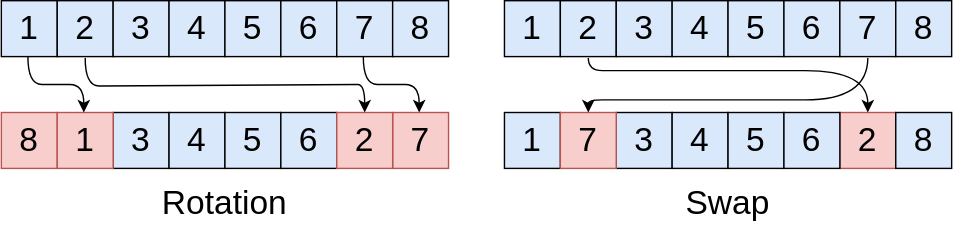
Above: course/figures/mutation_permutation.drawio.svg in gamma-opt/oip-notes (draw.io), before the change. Source tidied: cells renumbered, new cells last; positions are measured from the earlier drawing's top-left corner, leaving out a move shared by most shapes. The source it was exported from:
```xml
<mxGraphModel>
  <root>
    <mxCell id="0" />
    <mxCell id="1" parent="0" />
    <mxCell id="2" value="&lt;font style=&quot;font-size: 24px;&quot;&gt;1&lt;/font&gt;" style="whiteSpace=wrap;html=1;fillColor=#dae8fc;strokeColor=default;" parent="1" vertex="1">
      <mxGeometry width="40" height="40" as="geometry" />
    </mxCell>
    <mxCell id="3" value="&lt;font style=&quot;font-size: 24px;&quot;&gt;2&lt;/font&gt;" style="whiteSpace=wrap;html=1;fillColor=#dae8fc;strokeColor=default;" parent="1" vertex="1">
      <mxGeometry x="40" width="40" height="40" as="geometry" />
    </mxCell>
    <mxCell id="4" value="&lt;font style=&quot;font-size: 24px;&quot;&gt;3&lt;/font&gt;" style="whiteSpace=wrap;html=1;fillColor=#dae8fc;strokeColor=default;" parent="1" vertex="1">
      <mxGeometry x="80" width="40" height="40" as="geometry" />
    </mxCell>
    <mxCell id="5" value="&lt;font style=&quot;font-size: 24px;&quot;&gt;4&lt;/font&gt;" style="whiteSpace=wrap;html=1;fillColor=#dae8fc;strokeColor=default;" parent="1" vertex="1">
      <mxGeometry x="120" width="40" height="40" as="geometry" />
    </mxCell>
    <mxCell id="6" value="&lt;font style=&quot;font-size: 24px;&quot;&gt;5&lt;/font&gt;" style="whiteSpace=wrap;html=1;fillColor=#dae8fc;strokeColor=default;" parent="1" vertex="1">
      <mxGeometry x="160" width="40" height="40" as="geometry" />
    </mxCell>
    <mxCell id="7" value="&lt;font style=&quot;font-size: 24px;&quot;&gt;6&lt;/font&gt;" style="whiteSpace=wrap;html=1;fillColor=#dae8fc;strokeColor=default;" parent="1" vertex="1">
      <mxGeometry x="200" width="40" height="40" as="geometry" />
    </mxCell>
    <mxCell id="8" value="&lt;font style=&quot;font-size: 24px;&quot;&gt;7&lt;/font&gt;" style="whiteSpace=wrap;html=1;fillColor=#dae8fc;strokeColor=default;" parent="1" vertex="1">
      <mxGeometry x="240" width="40" height="40" as="geometry" />
    </mxCell>
    <mxCell id="9" value="&lt;font style=&quot;font-size: 24px;&quot;&gt;8&lt;/font&gt;" style="whiteSpace=wrap;html=1;fillColor=#dae8fc;strokeColor=default;" parent="1" vertex="1">
      <mxGeometry x="280" width="40" height="40" as="geometry" />
    </mxCell>
    <mxCell id="10" value="&lt;font style=&quot;font-size: 24px;&quot;&gt;3&lt;/font&gt;" style="whiteSpace=wrap;html=1;fillColor=#dae8fc;strokeColor=default;" parent="1" vertex="1">
      <mxGeometry x="80" y="80" width="40" height="40" as="geometry" />
    </mxCell>
    <mxCell id="11" value="&lt;font style=&quot;font-size: 24px;&quot;&gt;4&lt;/font&gt;" style="whiteSpace=wrap;html=1;fillColor=#dae8fc;strokeColor=default;" parent="1" vertex="1">
      <mxGeometry x="120" y="80" width="40" height="40" as="geometry" />
    </mxCell>
    <mxCell id="12" value="&lt;font style=&quot;font-size: 24px;&quot;&gt;5&lt;/font&gt;" style="whiteSpace=wrap;html=1;fillColor=#dae8fc;strokeColor=default;" parent="1" vertex="1">
      <mxGeometry x="160" y="80" width="40" height="40" as="geometry" />
    </mxCell>
    <mxCell id="13" value="&lt;font style=&quot;font-size: 24px;&quot;&gt;6&lt;/font&gt;" style="whiteSpace=wrap;html=1;fillColor=#dae8fc;strokeColor=default;" parent="1" vertex="1">
      <mxGeometry x="200" y="80" width="40" height="40" as="geometry" />
    </mxCell>
    <mxCell id="14" value="&lt;font style=&quot;font-size: 24px;&quot;&gt;7&lt;/font&gt;" style="whiteSpace=wrap;html=1;fillColor=#f8cecc;strokeColor=#b85450;" parent="1" vertex="1">
      <mxGeometry x="280" y="80" width="40" height="40" as="geometry" />
    </mxCell>
    <mxCell id="15" value="&lt;font style=&quot;font-size: 24px;&quot;&gt;8&lt;/font&gt;" style="whiteSpace=wrap;html=1;fillColor=#f8cecc;strokeColor=#b85450;" parent="1" vertex="1">
      <mxGeometry y="80" width="40" height="40" as="geometry" />
    </mxCell>
    <mxCell id="16" value="&lt;font style=&quot;font-size: 24px;&quot;&gt;1&lt;/font&gt;" style="whiteSpace=wrap;html=1;fillColor=#f8cecc;strokeColor=#b85450;" parent="1" vertex="1">
      <mxGeometry x="40" y="80" width="40" height="40" as="geometry" />
    </mxCell>
    <mxCell id="17" value="&lt;font style=&quot;font-size: 24px;&quot;&gt;2&lt;/font&gt;" style="whiteSpace=wrap;html=1;fillColor=#f8cecc;strokeColor=#b85450;" parent="1" vertex="1">
      <mxGeometry x="240" y="80" width="40" height="40" as="geometry" />
    </mxCell>
    <mxCell id="18" value="&lt;font style=&quot;font-size: 24px;&quot;&gt;1&lt;/font&gt;" style="whiteSpace=wrap;html=1;fillColor=#dae8fc;strokeColor=default;" parent="1" vertex="1">
      <mxGeometry x="360" width="40" height="40" as="geometry" />
    </mxCell>
    <mxCell id="19" value="&lt;font style=&quot;font-size: 24px;&quot;&gt;2&lt;/font&gt;" style="whiteSpace=wrap;html=1;fillColor=#dae8fc;strokeColor=default;" parent="1" vertex="1">
      <mxGeometry x="400" width="40" height="40" as="geometry" />
    </mxCell>
    <mxCell id="20" value="&lt;font style=&quot;font-size: 24px;&quot;&gt;3&lt;/font&gt;" style="whiteSpace=wrap;html=1;fillColor=#dae8fc;strokeColor=default;" parent="1" vertex="1">
      <mxGeometry x="440" width="40" height="40" as="geometry" />
    </mxCell>
    <mxCell id="21" value="&lt;font style=&quot;font-size: 24px;&quot;&gt;4&lt;/font&gt;" style="whiteSpace=wrap;html=1;fillColor=#dae8fc;strokeColor=default;" parent="1" vertex="1">
      <mxGeometry x="480" width="40" height="40" as="geometry" />
    </mxCell>
    <mxCell id="22" value="&lt;font style=&quot;font-size: 24px;&quot;&gt;5&lt;/font&gt;" style="whiteSpace=wrap;html=1;fillColor=#dae8fc;strokeColor=default;" parent="1" vertex="1">
      <mxGeometry x="520" width="40" height="40" as="geometry" />
    </mxCell>
    <mxCell id="23" value="&lt;font style=&quot;font-size: 24px;&quot;&gt;6&lt;/font&gt;" style="whiteSpace=wrap;html=1;fillColor=#dae8fc;strokeColor=default;" parent="1" vertex="1">
      <mxGeometry x="560" width="40" height="40" as="geometry" />
    </mxCell>
    <mxCell id="24" value="&lt;font style=&quot;font-size: 24px;&quot;&gt;7&lt;/font&gt;" style="whiteSpace=wrap;html=1;fillColor=#dae8fc;strokeColor=default;" parent="1" vertex="1">
      <mxGeometry x="600" width="40" height="40" as="geometry" />
    </mxCell>
    <mxCell id="25" value="&lt;font style=&quot;font-size: 24px;&quot;&gt;8&lt;/font&gt;" style="whiteSpace=wrap;html=1;fillColor=#dae8fc;strokeColor=default;" parent="1" vertex="1">
      <mxGeometry x="640" width="40" height="40" as="geometry" />
    </mxCell>
    <mxCell id="26" value="&lt;font style=&quot;font-size: 24px;&quot;&gt;1&lt;/font&gt;" style="whiteSpace=wrap;html=1;fillColor=#dae8fc;strokeColor=default;" parent="1" vertex="1">
      <mxGeometry x="360" y="80" width="40" height="40" as="geometry" />
    </mxCell>
    <mxCell id="27" value="&lt;font style=&quot;font-size: 24px;&quot;&gt;2&lt;/font&gt;" style="whiteSpace=wrap;html=1;fillColor=#f8cecc;strokeColor=#b85450;" parent="1" vertex="1">
      <mxGeometry x="600" y="80" width="40" height="40" as="geometry" />
    </mxCell>
    <mxCell id="28" value="&lt;font style=&quot;font-size: 24px;&quot;&gt;3&lt;/font&gt;" style="whiteSpace=wrap;html=1;fillColor=#dae8fc;strokeColor=default;" parent="1" vertex="1">
      <mxGeometry x="440" y="80" width="40" height="40" as="geometry" />
    </mxCell>
    <mxCell id="29" value="&lt;font style=&quot;font-size: 24px;&quot;&gt;4&lt;/font&gt;" style="whiteSpace=wrap;html=1;fillColor=#dae8fc;strokeColor=default;" parent="1" vertex="1">
      <mxGeometry x="480" y="80" width="40" height="40" as="geometry" />
    </mxCell>
    <mxCell id="30" value="&lt;font style=&quot;font-size: 24px;&quot;&gt;5&lt;/font&gt;" style="whiteSpace=wrap;html=1;fillColor=#dae8fc;strokeColor=default;" parent="1" vertex="1">
      <mxGeometry x="520" y="80" width="40" height="40" as="geometry" />
    </mxCell>
    <mxCell id="31" value="&lt;font style=&quot;font-size: 24px;&quot;&gt;6&lt;/font&gt;" style="whiteSpace=wrap;html=1;fillColor=#dae8fc;strokeColor=default;" parent="1" vertex="1">
      <mxGeometry x="560" y="80" width="40" height="40" as="geometry" />
    </mxCell>
    <mxCell id="32" value="&lt;font style=&quot;font-size: 24px;&quot;&gt;7&lt;/font&gt;" style="whiteSpace=wrap;html=1;fillColor=#f8cecc;strokeColor=#b85450;" parent="1" vertex="1">
      <mxGeometry x="400" y="80" width="40" height="40" as="geometry" />
    </mxCell>
    <mxCell id="33" value="&lt;font style=&quot;font-size: 24px;&quot;&gt;8&lt;/font&gt;" style="whiteSpace=wrap;html=1;fillColor=#dae8fc;strokeColor=default;" parent="1" vertex="1">
      <mxGeometry x="640" y="80" width="40" height="40" as="geometry" />
    </mxCell>
    <mxCell id="34" value="&lt;font style=&quot;font-size: 24px;&quot;&gt;Rotation&lt;/font&gt;" style="text;html=1;align=center;verticalAlign=middle;whiteSpace=wrap;rounded=0;" parent="1" vertex="1">
      <mxGeometry x="130" y="130" width="60" height="30" as="geometry" />
    </mxCell>
    <mxCell id="35" value="&lt;font style=&quot;font-size: 24px;&quot;&gt;Swap&lt;/font&gt;" style="text;html=1;align=center;verticalAlign=middle;whiteSpace=wrap;rounded=0;" parent="1" vertex="1">
      <mxGeometry x="490" y="130" width="60" height="30" as="geometry" />
    </mxCell>
    <mxCell id="36" style="curved=1;endArrow=classic;html=1;rounded=0;" parent="1" edge="1">
      <mxGeometry relative="1" as="geometry">
        <mxPoint x="19" y="40" as="sourcePoint" />
        <mxPoint x="59" y="80" as="targetPoint" />
        <Array as="points">
          <mxPoint x="19" y="60" />
          <mxPoint x="39" y="60" />
          <mxPoint x="59" y="60" />
        </Array>
      </mxGeometry>
    </mxCell>
    <mxCell id="37" style="curved=1;endArrow=classic;html=1;rounded=0;" parent="1" edge="1">
      <mxGeometry relative="1" as="geometry">
        <mxPoint x="259" y="40" as="sourcePoint" />
        <mxPoint x="299" y="80" as="targetPoint" />
        <Array as="points">
          <mxPoint x="259" y="60" />
          <mxPoint x="279" y="60" />
          <mxPoint x="299" y="60" />
        </Array>
      </mxGeometry>
    </mxCell>
    <mxCell id="38" style="curved=1;endArrow=classic;html=1;rounded=0;entryX=0.5;entryY=0;entryDx=0;entryDy=0;" parent="1" edge="1" target="17">
      <mxGeometry relative="1" as="geometry">
        <mxPoint x="60" y="41" as="sourcePoint" />
        <Array as="points">
          <mxPoint x="60" y="61" />
          <mxPoint x="80" y="61" />
          <mxPoint x="250" y="60" />
          <mxPoint x="260" y="60" />
        </Array>
      </mxGeometry>
    </mxCell>
    <mxCell id="39" style="curved=1;endArrow=classic;html=1;rounded=0;entryX=0.5;entryY=0;entryDx=0;entryDy=0;" parent="1" edge="1">
      <mxGeometry relative="1" as="geometry">
        <mxPoint x="420" y="41" as="sourcePoint" />
        <mxPoint x="620" y="80" as="targetPoint" />
        <Array as="points">
          <mxPoint x="420" y="50" />
          <mxPoint x="440" y="50" />
          <mxPoint x="530" y="50" />
          <mxPoint x="620" y="50" />
        </Array>
      </mxGeometry>
    </mxCell>
    <mxCell id="40" style="curved=1;endArrow=classic;html=1;rounded=0;entryX=0.5;entryY=0;entryDx=0;entryDy=0;" parent="1" edge="1">
      <mxGeometry relative="1" as="geometry">
        <mxPoint x="620" y="41" as="sourcePoint" />
        <mxPoint x="420" y="80" as="targetPoint" />
        <Array as="points">
          <mxPoint x="620" y="71" />
          <mxPoint x="530" y="71" />
          <mxPoint x="440" y="71" />
          <mxPoint x="420" y="71" />
        </Array>
      </mxGeometry>
    </mxCell>
  </root>
</mxGraphModel>
```
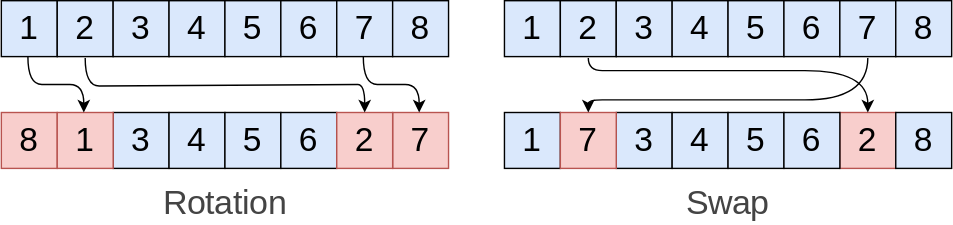
The same diagram one commit later.

Change to the diagram source:
```diff
@@ -98,10 +98,10 @@
     <mxCell id="33" value="&lt;font style=&quot;font-size: 24px;&quot;&gt;8&lt;/font&gt;" style="whiteSpace=wrap;html=1;fillColor=#dae8fc;strokeColor=default;" parent="1" vertex="1">
       <mxGeometry x="640" y="80" width="40" height="40" as="geometry" />
     </mxCell>
-    <mxCell id="34" value="&lt;font style=&quot;font-size: 24px;&quot;&gt;Rotation&lt;/font&gt;" style="text;html=1;align=center;verticalAlign=middle;whiteSpace=wrap;rounded=0;" parent="1" vertex="1">
+    <mxCell id="34" value="&lt;font style=&quot;font-size: 24px;&quot;&gt;Rotation&lt;/font&gt;" style="text;html=1;align=center;verticalAlign=middle;whiteSpace=wrap;rounded=0;fontFamily=Source Sans Pro;fontSize=24;fontColor=#444444;" parent="1" vertex="1">
       <mxGeometry x="130" y="130" width="60" height="30" as="geometry" />
     </mxCell>
-    <mxCell id="35" value="&lt;font style=&quot;font-size: 24px;&quot;&gt;Swap&lt;/font&gt;" style="text;html=1;align=center;verticalAlign=middle;whiteSpace=wrap;rounded=0;" parent="1" vertex="1">
+    <mxCell id="35" value="&lt;font style=&quot;font-size: 24px;&quot;&gt;Swap&lt;/font&gt;" style="text;html=1;align=center;verticalAlign=middle;whiteSpace=wrap;rounded=0;fontFamily=Source Sans Pro;fontSize=24;fontColor=#444444;" parent="1" vertex="1">
       <mxGeometry x="490" y="130" width="60" height="30" as="geometry" />
     </mxCell>
     <mxCell id="36" style="curved=1;endArrow=classic;html=1;rounded=0;" parent="1" edge="1">
```
